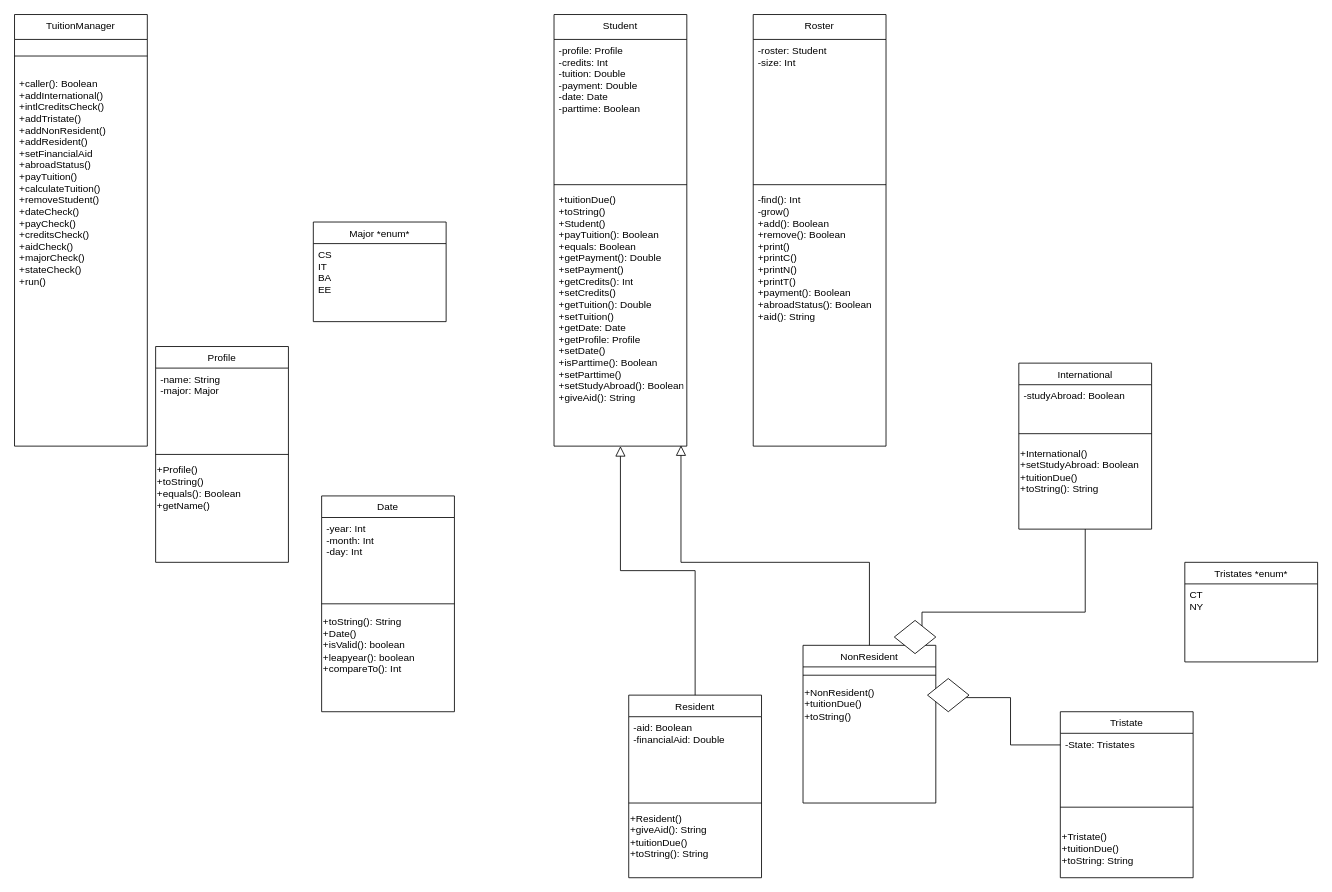
Before: Untitled Diagram.drawio in rudaniel/changProjects, a draw.io diagram. Source tidied: cells renumbered, new cells numbered last; positions are measured from the earlier drawing's top-left corner, leaving out a move shared by most shapes. Both pictures are drawn from the tidied source at 83%, with x=0, y=0 at pixel (14, 14).
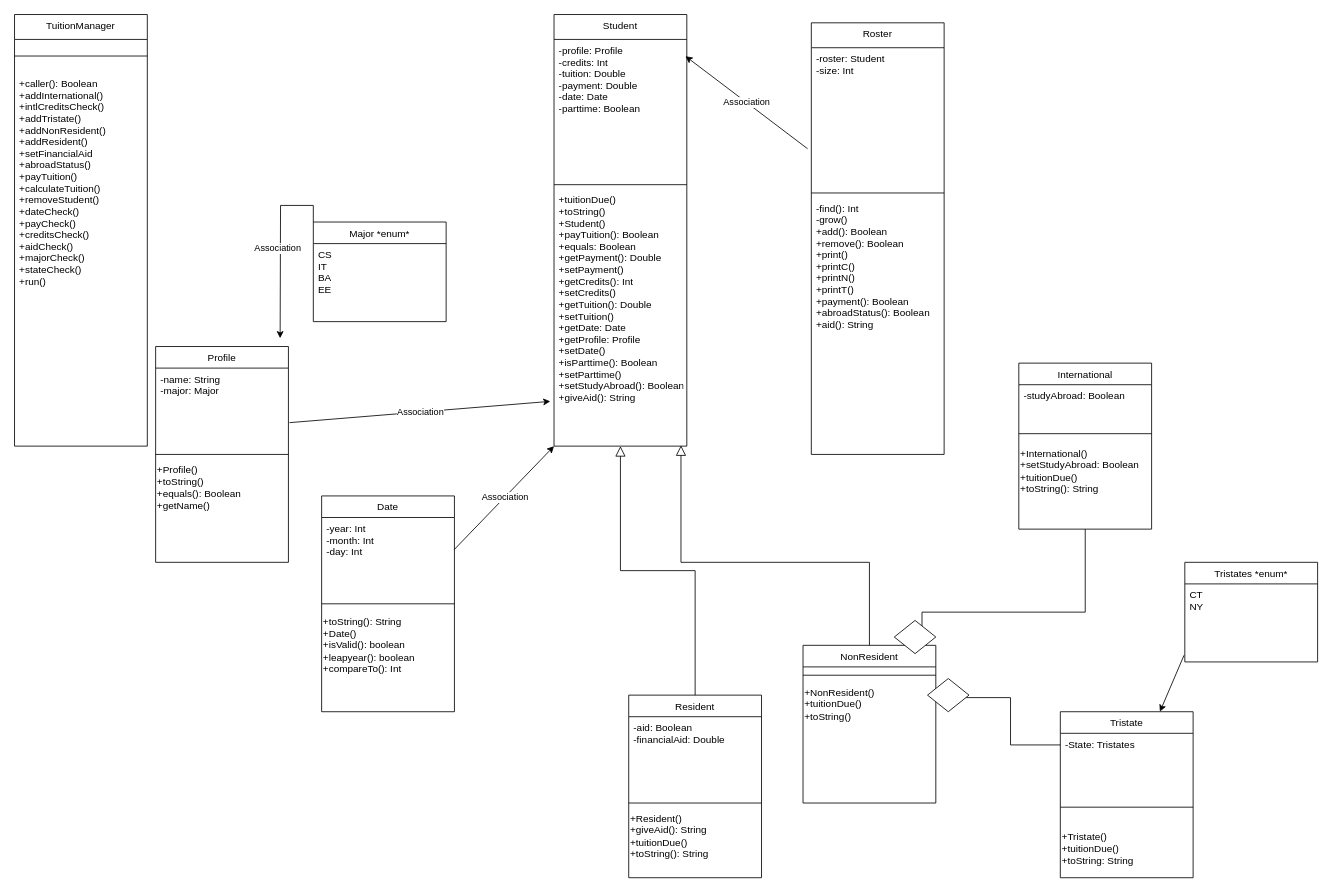
The same diagram, later.

Unchanged cells that the change refers to:
```xml
<mxCell id="3" value="-profile: Profile&#10;-credits: Int&#10;-tuition: Double&#10;-payment: Double&#10;-date: Date&#10;-parttime: Boolean&#10;&#10; &#10;" style="text;align=left;verticalAlign=top;spacingLeft=4;spacingRight=4;overflow=hidden;points=[[0,0.5],[1,0.5]];portConstraint=eastwest;rounded=0;shadow=0;html=0;" parent="2" vertex="1">
  <mxGeometry y="30" width="160" height="170" as="geometry" />
</mxCell>
<mxCell id="5" value="+tuitionDue()&#10;+toString()&#10;+Student()&#10;+payTuition(): Boolean&#10;+equals: Boolean&#10;+getPayment(): Double&#10;+setPayment()&#10;+getCredits(): Int&#10;+setCredits()&#10;+getTuition(): Double&#10;+setTuition()&#10;+getDate: Date&#10;+getProfile: Profile&#10;+setDate()&#10;+isParttime(): Boolean&#10;+setParttime()&#10;+setStudyAbroad(): Boolean&#10;+giveAid(): String&#10;" style="text;align=left;verticalAlign=top;spacingLeft=4;spacingRight=4;overflow=hidden;points=[[0,0.5],[1,0.5]];portConstraint=eastwest;" parent="2" vertex="1">
  <mxGeometry y="210" width="160" height="310" as="geometry" />
</mxCell>
<mxCell id="22" value="Tristate" style="swimlane;fontStyle=0;align=center;verticalAlign=top;horizontal=1;startSize=26;rounded=0;shadow=0;strokeWidth=1;" parent="1" vertex="1">
  <mxGeometry x="1260" y="840" width="160" height="200" as="geometry" />
</mxCell>
<mxCell id="28" value="-year: Int&#10;-month: Int&#10;-day: Int &#10;" style="text;align=left;verticalAlign=top;spacingLeft=4;spacingRight=4;overflow=hidden;points=[[0,0.5],[1,0.5]];portConstraint=eastwest;" parent="27" vertex="1">
  <mxGeometry y="26" width="160" height="94" as="geometry" />
</mxCell>
<mxCell id="31" value="Major *enum*" style="swimlane;fontStyle=0;align=center;verticalAlign=top;horizontal=1;startSize=26;rounded=0;shadow=0;strokeWidth=1;" parent="1" vertex="1">
  <mxGeometry x="360" y="250" width="160" height="120" as="geometry" />
</mxCell>
<mxCell id="34" value="-name: String&#10;-major: Major" style="text;align=left;verticalAlign=top;spacingLeft=4;spacingRight=4;overflow=hidden;points=[[0,0.5],[1,0.5]];portConstraint=eastwest;" parent="33" vertex="1">
  <mxGeometry y="26" width="160" height="94" as="geometry" />
</mxCell>
<mxCell id="38" value="-roster: Student&#10;-size: Int&#10;&#10; &#10;" style="text;align=left;verticalAlign=top;spacingLeft=4;spacingRight=4;overflow=hidden;points=[[0,0.5],[1,0.5]];portConstraint=eastwest;rounded=0;shadow=0;html=0;" parent="37" vertex="1">
  <mxGeometry y="30" width="160" height="170" as="geometry" />
</mxCell>
<mxCell id="42" value="CT&#10;NY" style="text;align=left;verticalAlign=top;spacingLeft=4;spacingRight=4;overflow=hidden;points=[[0,0.5],[1,0.5]];portConstraint=eastwest;" parent="41" vertex="1">
  <mxGeometry y="26" width="160" height="94" as="geometry" />
</mxCell>
```

Diff of the diagram source:
```diff
@@
-    <mxCell id="19" style="rhombus;whiteSpace=wrap;html=1;align=left;" parent="1" vertex="1">
+    <mxCell id="19" style="rhombus;BlackSpace=wrap;html=1;align=left;" parent="1" vertex="1">
       <mxGeometry x="1060" y="730" width="50" height="40" as="geometry" />
     </mxCell>
@@
+    <mxCell id="46" style="edgeStyle=orthogonalEdgeStyle;rounded=0;jettySize=auto;html=1;exitX=0;exitY=0;exitDx=0;exitDy=0;" parent="1" edge="1" source="31">
+      <mxGeometry relative="1" as="geometry">
+        <mxPoint x="320" y="390" as="targetPoint" />
+      </mxGeometry>
+    </mxCell>
+    <mxCell id="47" value="Association" style="edgeLabel;html=1;align=center;verticalAlign=middle;" parent="46" vertex="1">
+      <mxGeometry x="0.01" y="-4" relative="1" as="geometry" />
+    </mxCell>
@@
     <mxCell id="37" value="Roster" style="swimlane;fontStyle=0;align=center;verticalAlign=top;horizontal=1;startSize=30;rounded=0;shadow=0;strokeWidth=1;" parent="1" vertex="1">
-      <mxGeometry x="890" width="160" height="520" as="geometry" />
+      <mxGeometry x="960" y="10" width="160" height="520" as="geometry" />
     </mxCell>
@@
+    <mxCell id="48" value="Association" style="endArrow=classic;html=1;rounded=0;exitX=1.008;exitY=0.699;exitDx=0;exitDy=0;exitPerimeter=0;entryX=-0.028;entryY=0.826;entryDx=0;entryDy=0;entryPerimeter=0;" parent="1" edge="1" source="34" target="5">
+      <mxGeometry relative="1" as="geometry" />
+    </mxCell>
+    <mxCell id="49" value="Association" style="endArrow=classic;html=1;rounded=0;exitX=-0.028;exitY=0.716;exitDx=0;exitDy=0;exitPerimeter=0;entryX=0.99;entryY=0.119;entryDx=0;entryDy=0;entryPerimeter=0;" parent="1" edge="1" source="38" target="3">
+      <mxGeometry relative="1" as="geometry" />
+    </mxCell>
+    <mxCell id="50" style="endArrow=classic;html=1;rounded=0;exitX=0.999;exitY=0.41;exitDx=0;exitDy=0;exitPerimeter=0;" parent="1" edge="1" source="28">
+      <mxGeometry relative="1" as="geometry">
+        <mxPoint x="650" y="520" as="targetPoint" />
+      </mxGeometry>
+    </mxCell>
+    <mxCell id="51" value="Association" style="edgeLabel;html=1;align=center;verticalAlign=middle;" parent="50" vertex="1">
+      <mxGeometry x="0.02" y="-1" relative="1" as="geometry">
+        <mxPoint x="-1" as="offset" />
+      </mxGeometry>
+    </mxCell>
+    <mxCell id="52" style="endArrow=classic;html=1;rounded=0;entryX=0.75;entryY=0;entryDx=0;entryDy=0;exitX=-0.006;exitY=0.915;exitDx=0;exitDy=0;exitPerimeter=0;" parent="1" edge="1" source="42" target="22">
+      <mxGeometry relative="1" as="geometry" />
+    </mxCell>
```
